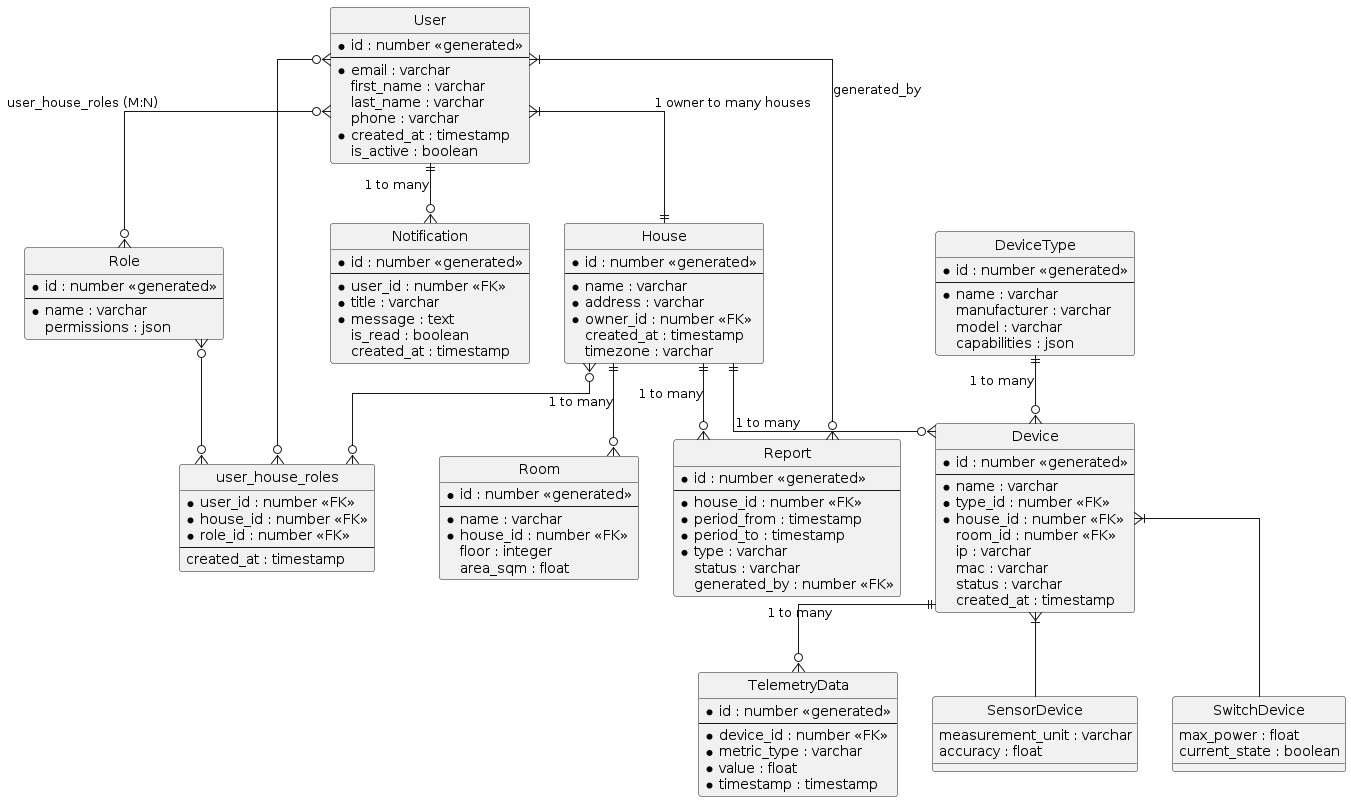
Earlier version of the PlantUML export er-diagrams/ER-diagram.png (NikitaRogozhyn777/architecture-sprint-3).
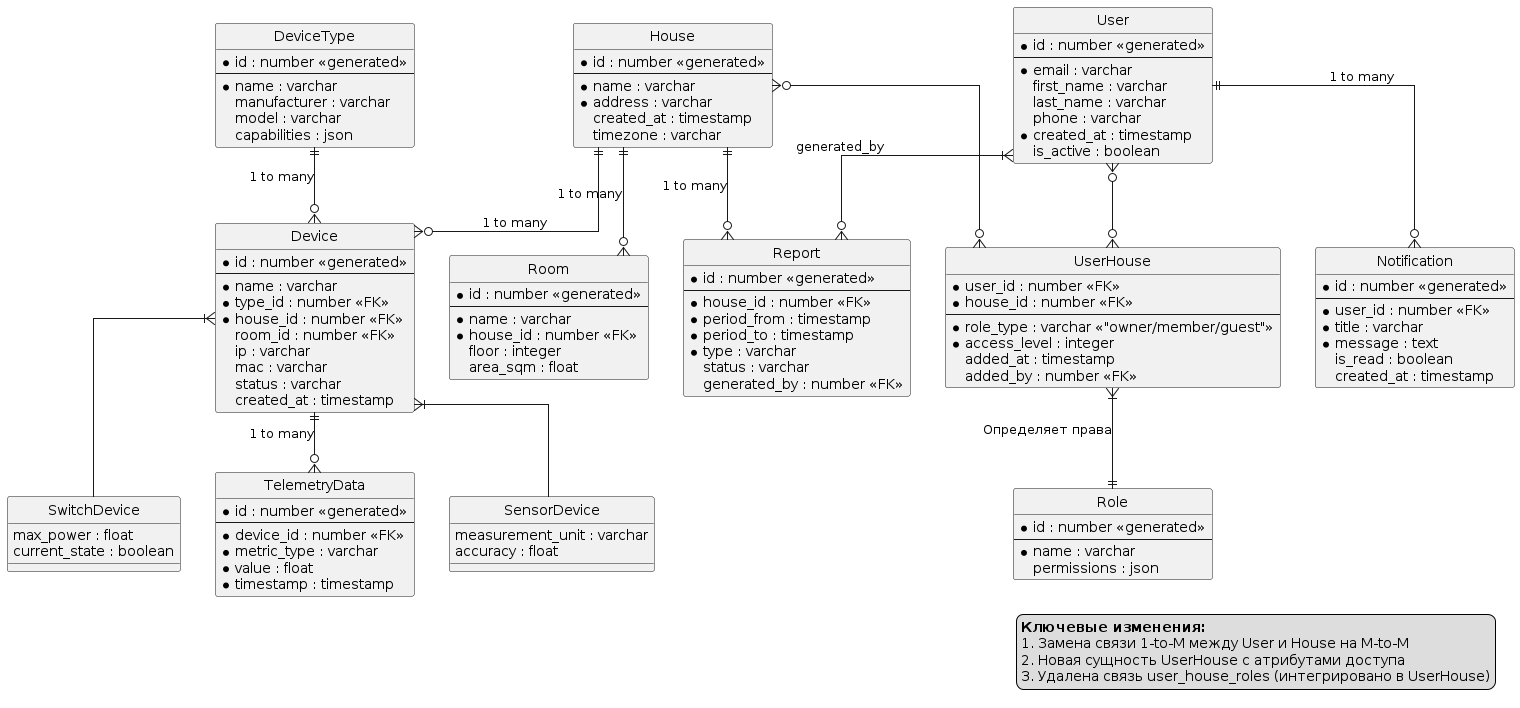
The same diagram one commit later.

Commit message:
5. Updated ER diagram added M-to-M relationship between User and House

The edit, as a diff of the source:
```diff
@@ -13,21 +13,30 @@
   is_active : boolean
 }
 
+entity House {
+  * id : number <<generated>>
+  --
+  * name : varchar
+  * address : varchar
+  created_at : timestamp
+  timezone : varchar
+}
+
+entity UserHouse {
+  * user_id : number <<FK>>
+  * house_id : number <<FK>>
+  --
+  * role_type : varchar <<"owner/member/guest">>
+  * access_level : integer
+  added_at : timestamp
+  added_by : number <<FK>>
+}
+
 entity Role {
   * id : number <<generated>>
   --
   * name : varchar
   permissions : json
-}
-
-entity House {
-  * id : number <<generated>>
-  --
-  * name : varchar
-  * address : varchar
-  * owner_id : number <<FK>>
-  created_at : timestamp
-  timezone : varchar
 }
 
 entity Room {
@@ -91,8 +100,10 @@
   created_at : timestamp
 }
 
-User }|--|| House : "1 owner to many houses"
-User }o--o{ Role : "user_house_roles (M:N)"
+User }o--o{ UserHouse
+House }o--o{ UserHouse
+
+UserHouse }|--|| Role : "Определяет права"
 House ||--o{ Room : "1 to many"
 House ||--o{ Device : "1 to many"
 DeviceType ||--o{ Device : "1 to many"
@@ -100,18 +111,6 @@
 User ||--o{ Notification : "1 to many"
 House ||--o{ Report : "1 to many"
 User }|--o{ Report : "generated_by"
-
-entity user_house_roles {
-  * user_id : number <<FK>>
-  * house_id : number <<FK>>
-  * role_id : number <<FK>>
-  --
-  created_at : timestamp
-}
-
-User }o--o{ user_house_roles
-House }o--o{ user_house_roles
-Role }o--o{ user_house_roles
 
 entity SensorDevice {
   measurement_unit : varchar
@@ -125,4 +124,11 @@
 
 Device }|-- SensorDevice
 Device }|-- SwitchDevice
+
+legend right
+  <b>Ключевые изменения:</b>
+  1. Замена связи 1-to-M между User и House на M-to-M
+  2. Новая сущность UserHouse с атрибутами доступа
+  3. Удалена связь user_house_roles (интегрировано в UserHouse)
+endlegend
 @enduml
```
